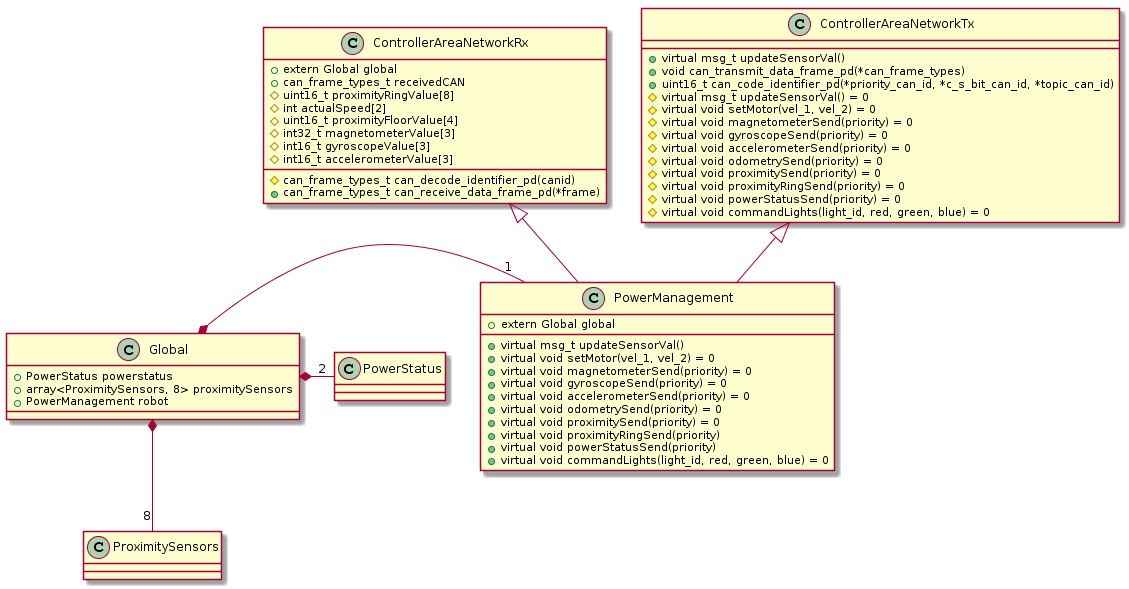
neckike/AMiRo_MasterThesis keeps this PlantUML diagram as diagrams/PMclass.png. Above is the earlier version.
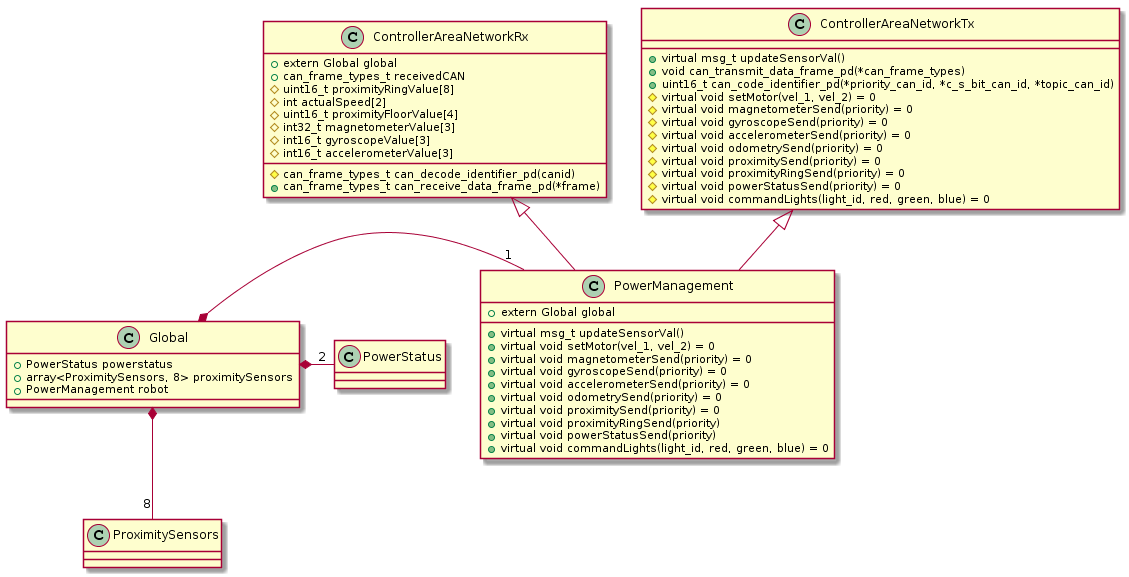
The same file after the commit.

The edit, as a diff of the source:
```diff
@@ -31,7 +31,6 @@
 +virtual msg_t updateSensorVal()
 +void can_transmit_data_frame_pd(*can_frame_types)
 +uint16_t can_code_identifier_pd(*priority_can_id, *c_s_bit_can_id, *topic_can_id)
-#virtual msg_t updateSensorVal() = 0
 #virtual void setMotor(vel_1, vel_2) = 0
 #virtual void magnetometerSend(priority) = 0
 #virtual void gyroscopeSend(priority) = 0
```
